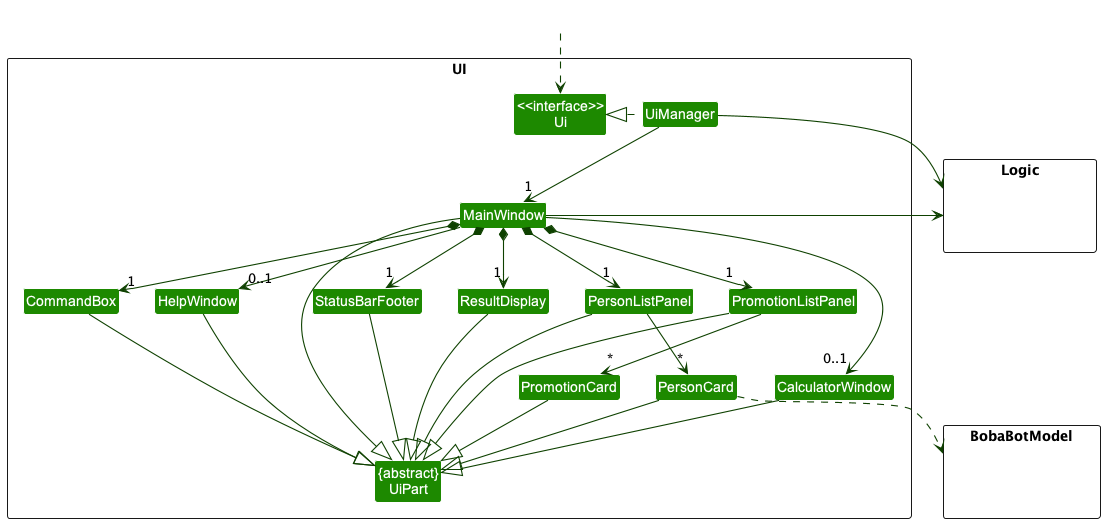
Earlier version of the PlantUML export docs/images/UiClassDiagram.png (nus-cs2103-AY2223S1/tp).
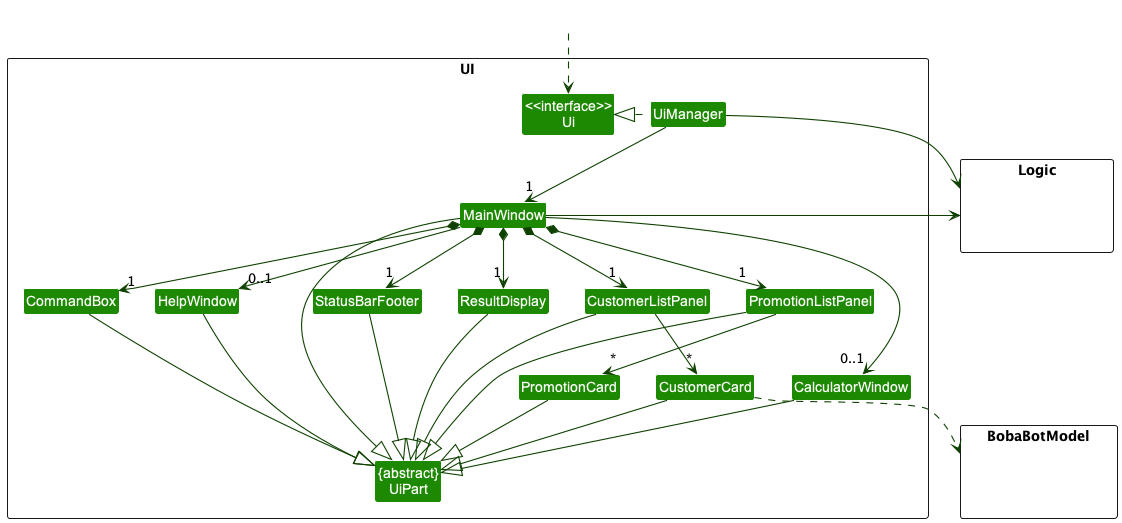
Later version of the same file.

What changed in the source:
```diff
@@ -11,8 +11,8 @@
 Class MainWindow
 Class HelpWindow
 Class ResultDisplay
-Class PersonListPanel
-Class PersonCard
+Class CustomerListPanel
+Class CustomerCard
 Class PromotionListPanel
 Class PromotionCard
 Class StatusBarFooter
@@ -35,32 +35,32 @@
 UiManager -down-> "1" MainWindow
 MainWindow *-down->  "1" CommandBox
 MainWindow *-down-> "1" ResultDisplay
-MainWindow *-down-> "1" PersonListPanel
+MainWindow *-down-> "1" CustomerListPanel
 MainWindow *-down-> "1" PromotionListPanel
 MainWindow *-down-> "1" StatusBarFooter
 MainWindow --> "0..1" HelpWindow
 MainWindow --> "0..1" CalculatorWindow
 
-PersonListPanel -down-> "*" PersonCard
+CustomerListPanel -down-> "*" CustomerCard
 PromotionListPanel -down-> "*" PromotionCard
 
 MainWindow -left-|> UiPart
 
 ResultDisplay --|> UiPart
 CommandBox --|> UiPart
-PersonListPanel --|> UiPart
+CustomerListPanel --|> UiPart
 PromotionListPanel --|> UiPart
-PersonCard --|> UiPart
+CustomerCard --|> UiPart
 PromotionCard --|> UiPart
 StatusBarFooter --|> UiPart
 HelpWindow --|> UiPart
 CalculatorWindow --|> UiPart
 
-PersonCard ..> BobaBotModel
+CustomerCard ..> BobaBotModel
 UiManager -right-> Logic
 MainWindow -left-> Logic
 
-PersonListPanel -[hidden]left- HelpWindow
+CustomerListPanel -[hidden]left- HelpWindow
 HelpWindow -[hidden]left- CommandBox
 CommandBox -[hidden]left- ResultDisplay
 ResultDisplay -[hidden]left- StatusBarFooter
```
